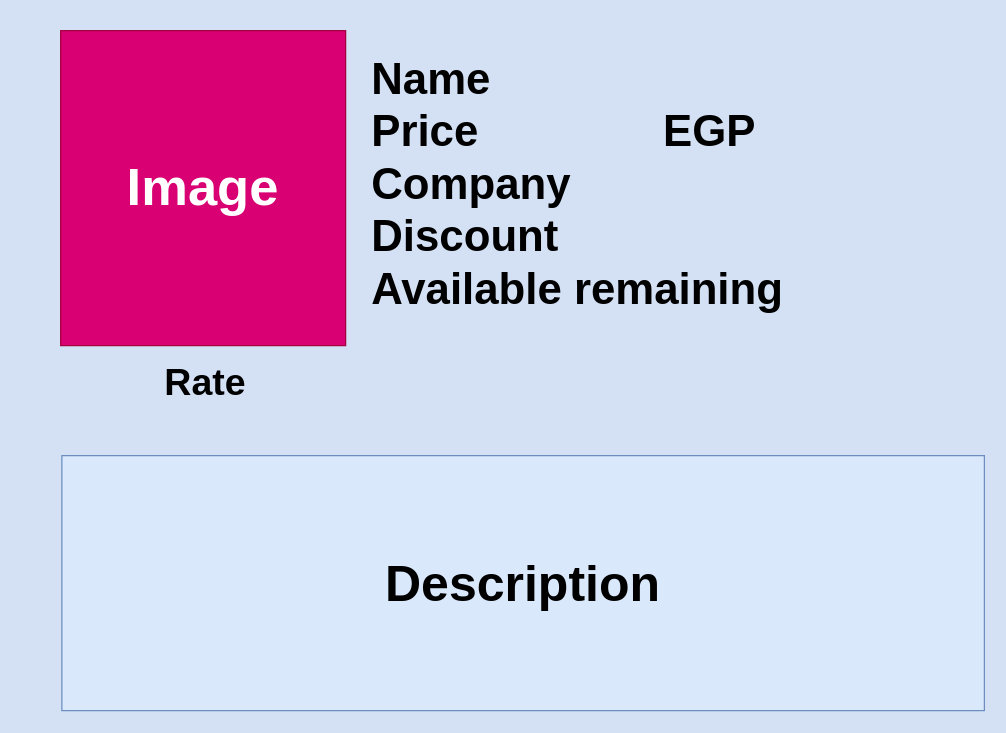
This is page "Specific Item Display" (4 of 5) of src/Market System Design.drawio from Ahmed-Ragy-3/MARKET_SYSTEM_repo, a draw.io file, before an edit. Source tidied: cells renumbered, new cells numbered last; positions are measured from the earlier drawing's top-left corner, leaving out a move shared by most shapes. Both pictures are drawn from the tidied source at 125%, with x=0, y=0 at pixel (60, 30).
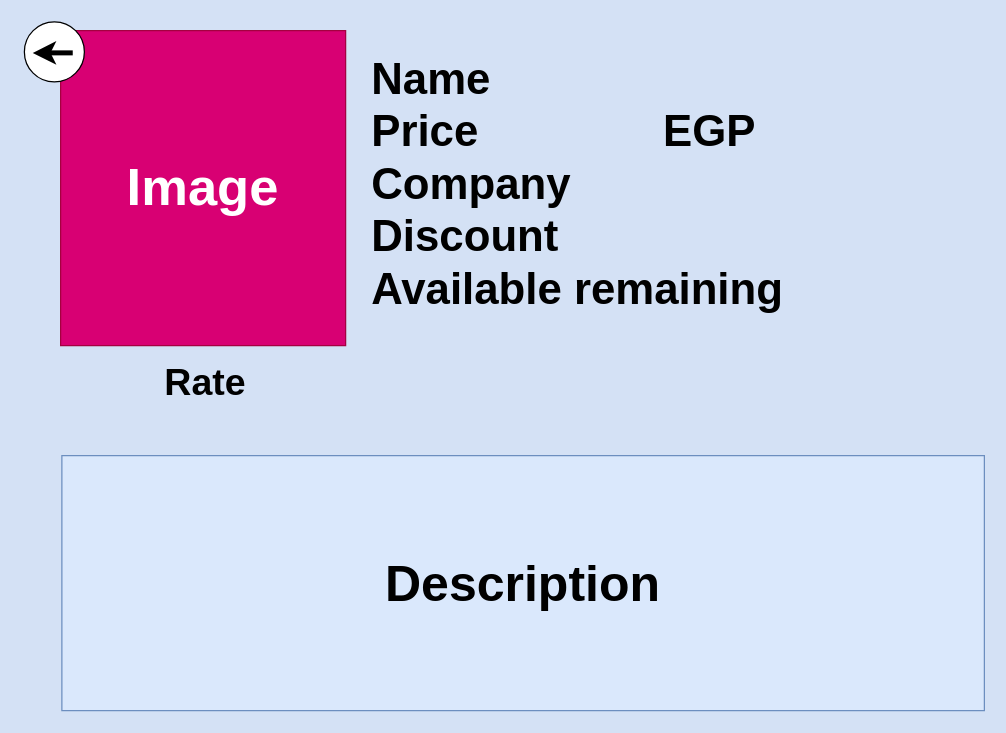
The same diagram, later.

What changed in the source:
```diff
@@
 <mxGraphModel background="#D4E1F5">
   <root>
     <mxCell id="0" />
     <mxCell id="1" parent="0" />
     <mxCell id="2" value="&lt;font color=&quot;#ffffff&quot; style=&quot;font-size: 42px;&quot;&gt;&lt;b&gt;Image&lt;/b&gt;&lt;/font&gt;" style="rounded=0;whiteSpace=wrap;html=1;fillColor=#d80073;strokeColor=#A50040;fontColor=#ffffff;" parent="1" vertex="1">
       <mxGeometry width="228" height="252" as="geometry" />
     </mxCell>
     <mxCell id="3" value="&lt;font style=&quot;font-size: 35px;&quot;&gt;&lt;b style=&quot;&quot;&gt;Name&lt;/b&gt;&lt;/font&gt;&lt;div style=&quot;font-size: 35px;&quot;&gt;&lt;font style=&quot;font-size: 35px;&quot;&gt;&lt;b style=&quot;&quot;&gt;Price&lt;span style=&quot;white-space: pre;&quot;&gt;&#9;&lt;span style=&quot;white-space: pre;&quot;&gt;&#9;&lt;/span&gt;&lt;/span&gt;EGP&lt;/b&gt;&lt;/font&gt;&lt;/div&gt;&lt;div style=&quot;font-size: 35px;&quot;&gt;&lt;b&gt;&lt;font style=&quot;font-size: 35px;&quot;&gt;Company&lt;/font&gt;&lt;/b&gt;&lt;/div&gt;&lt;div style=&quot;font-size: 35px;&quot;&gt;&lt;b&gt;&lt;font style=&quot;font-size: 35px;&quot;&gt;Discount&lt;/font&gt;&lt;/b&gt;&lt;/div&gt;&lt;div style=&quot;font-size: 35px;&quot;&gt;&lt;b style=&quot;&quot;&gt;&lt;font style=&quot;font-size: 35px;&quot;&gt;Available remaining&amp;nbsp;&lt;/font&gt;&lt;/b&gt;&lt;/div&gt;" style="text;html=1;align=left;verticalAlign=middle;whiteSpace=wrap;rounded=0;" parent="1" vertex="1">
       <mxGeometry x="247" width="474" height="244" as="geometry" />
     </mxCell>
     <mxCell id="4" value="&lt;font size=&quot;1&quot; style=&quot;&quot;&gt;&lt;b style=&quot;font-size: 40px;&quot;&gt;Description&lt;/b&gt;&lt;/font&gt;" style="rounded=0;whiteSpace=wrap;html=1;fillColor=#dae8fc;strokeColor=#6c8ebf;" parent="1" vertex="1">
       <mxGeometry x="1" y="340" width="738" height="204" as="geometry" />
     </mxCell>
     <mxCell id="5" value="&lt;font size=&quot;1&quot; style=&quot;&quot;&gt;&lt;b style=&quot;font-size: 30px;&quot;&gt;Rate&lt;/b&gt;&lt;/font&gt;" style="text;html=1;align=center;verticalAlign=middle;whiteSpace=wrap;rounded=0;" parent="1" vertex="1">
       <mxGeometry x="45" y="252" width="142" height="58" as="geometry" />
     </mxCell>
+    <mxCell id="6" style="group;" parent="1" vertex="1">
+      <mxGeometry x="-29" y="-7" width="48" height="50" as="geometry" />
+    </mxCell>
+    <mxCell id="7" style="ellipse;whiteSpace=wrap;html=1;" parent="6" vertex="1">
+      <mxGeometry width="48" height="48" as="geometry" />
+    </mxCell>
+    <mxCell id="8" style="endArrow=classic;html=1;rounded=0;strokeWidth=4;" parent="6" edge="1">
+      <mxGeometry relative="1" as="geometry">
+        <mxPoint x="38.7" y="24.8" as="sourcePoint" />
+        <mxPoint x="6.7" y="24.8" as="targetPoint" />
+      </mxGeometry>
+    </mxCell>
   </root>
 </mxGraphModel>
```
